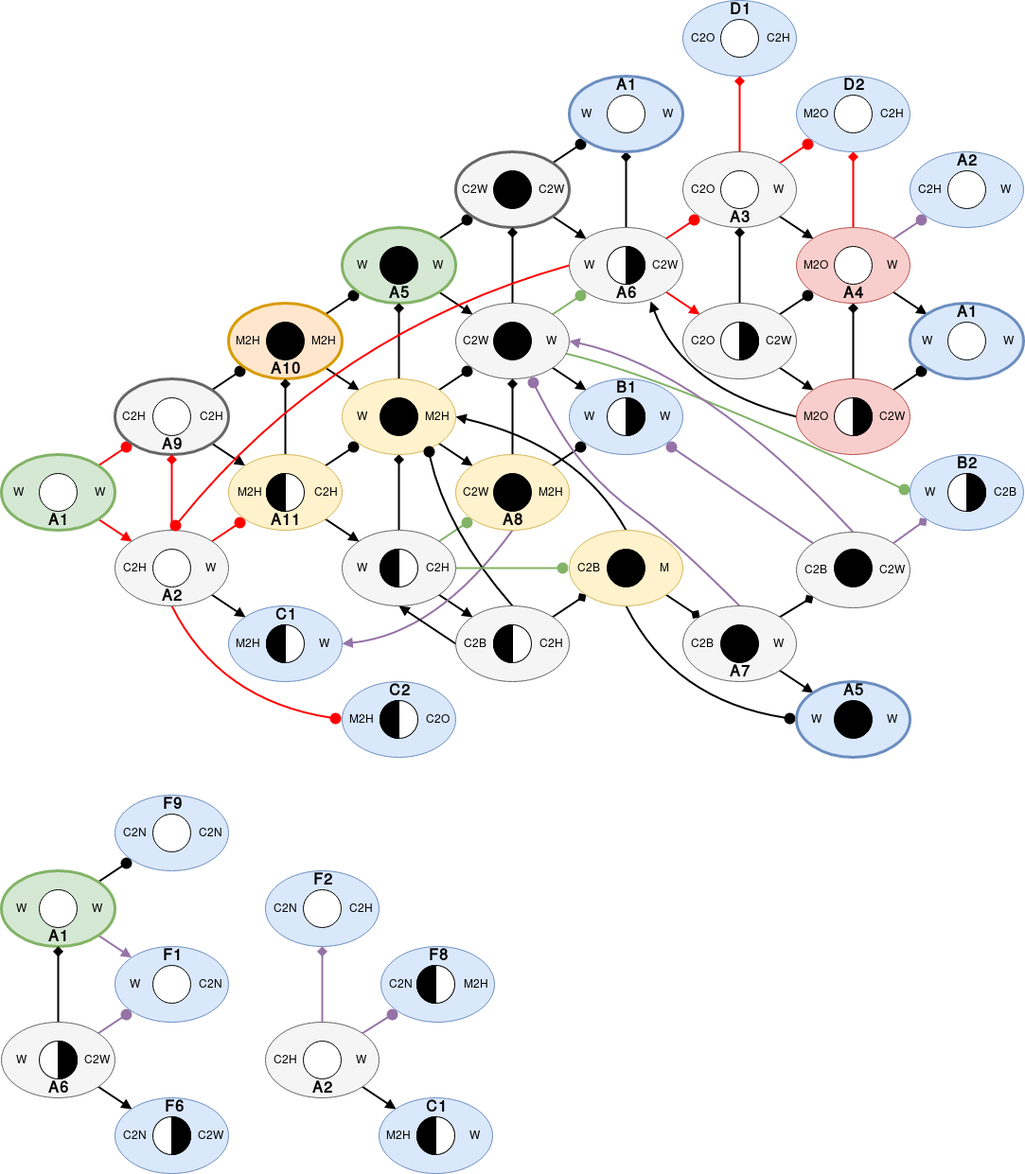
The draw.io diagram png/IPart_FSYNCH.png in UberPanda/ProofGraphs, before a commit. Source tidied: cells renumbered, new cells last; positions are measured from the earlier drawing's top-left corner, leaving out a move shared by most shapes.
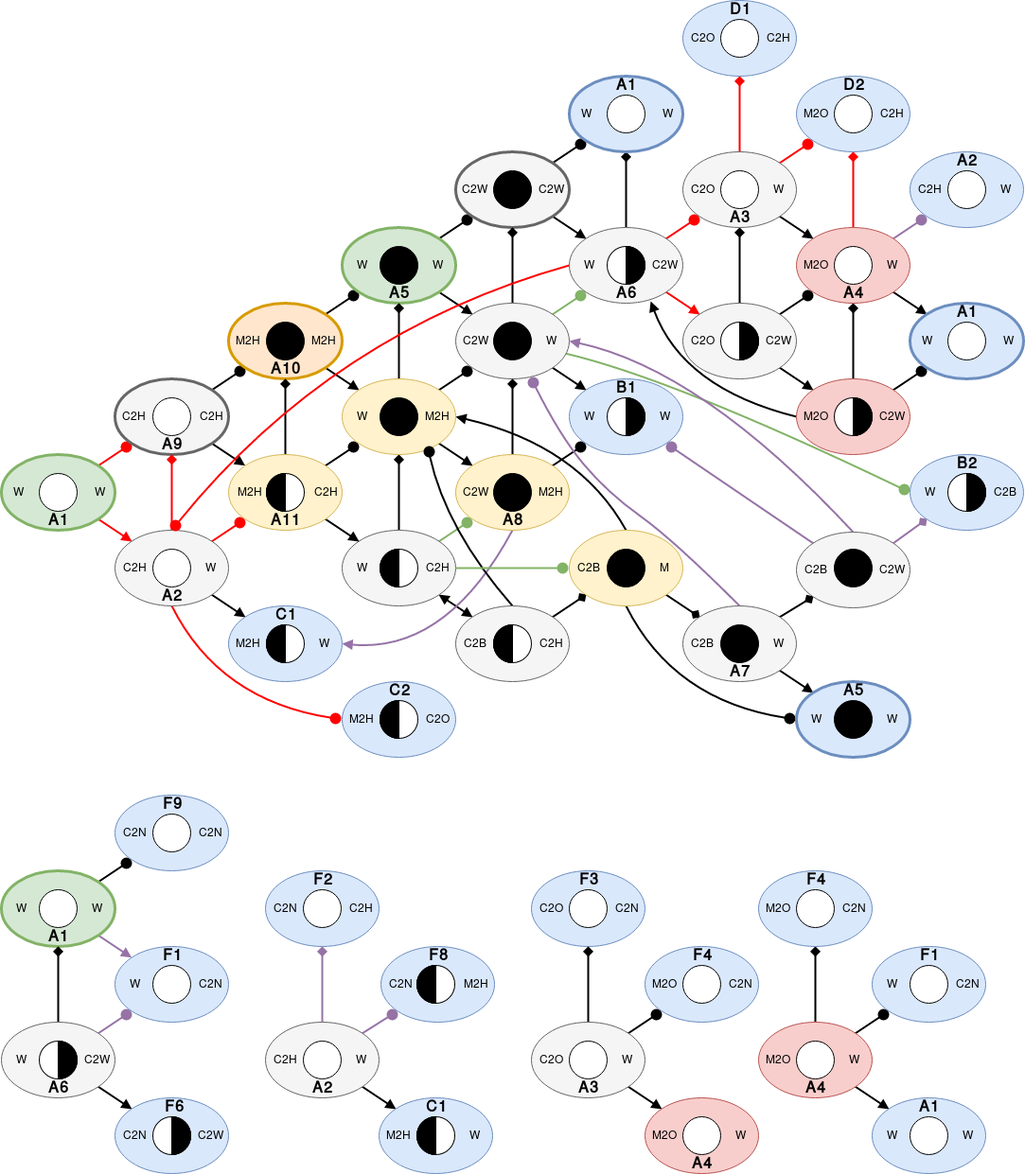
After the commit.

Change to the diagram source:
```diff
@@ -5,7 +5,7 @@
     <mxCell id="2" style="edgeStyle=none;curved=1;comic=0;html=1;exitX=1;exitY=0;entryX=0;entryY=1;startArrow=none;startFill=0;endArrow=circle;endFill=1;endSize=3;jettySize=auto;strokeColor=#82b366;strokeWidth=2;fillColor=#d5e8d4;" parent="1" edge="1" source="5" target="51">
       <mxGeometry relative="1" as="geometry" />
     </mxCell>
-    <mxCell id="3" style="edgeStyle=none;curved=1;comic=0;html=1;exitX=1;exitY=1;entryX=0;entryY=0;startArrow=none;startFill=0;endArrow=block;endFill=1;endSize=6;jettySize=auto;strokeColor=#000000;strokeWidth=2;fillColor=none;" parent="1" edge="1" source="5" target="55">
+    <mxCell id="3" style="edgeStyle=none;curved=1;comic=0;html=1;exitX=1;exitY=1;entryX=0;entryY=0;startArrow=block;startFill=1;endArrow=block;endFill=1;endSize=6;jettySize=auto;strokeColor=#000000;strokeWidth=2;fillColor=none;" parent="1" edge="1" source="5" target="55">
       <mxGeometry relative="1" as="geometry" />
     </mxCell>
     <mxCell id="4" style="edgeStyle=none;curved=1;comic=0;html=1;startArrow=none;startFill=0;endArrow=diamond;endFill=1;endSize=6;jettySize=auto;strokeColor=#000000;strokeWidth=2;fillColor=none;" parent="1" edge="1" source="5" target="33">
@@ -165,7 +165,7 @@
     <mxCell id="50" style="edgeStyle=none;curved=1;comic=0;html=1;exitX=0.5;exitY=1;entryX=1;entryY=0.5;startArrow=none;startFill=0;endArrow=block;endFill=1;endSize=6;jettySize=auto;strokeColor=#9673a6;strokeWidth=2;fillColor=#e1d5e7;" parent="1" edge="1" source="51" target="101">
       <mxGeometry relative="1" as="geometry">
         <Array as="points">
-          <mxPoint x="460" y="670" />
+          <mxPoint x="470" y="690" />
         </Array>
       </mxGeometry>
     </mxCell>
@@ -180,9 +180,6 @@
         </Array>
       </mxGeometry>
     </mxCell>
-    <mxCell id="53" style="edgeStyle=none;curved=1;comic=0;html=1;exitX=0;exitY=0.5;entryX=0.5;entryY=1;startArrow=none;startFill=0;endArrow=block;endFill=1;endSize=6;jettySize=auto;strokeColor=#000000;strokeWidth=2;fillColor=none;" parent="1" edge="1" source="55" target="5">
-      <mxGeometry relative="1" as="geometry" />
-    </mxCell>
     <mxCell id="54" style="edgeStyle=none;curved=1;comic=0;html=1;exitX=1;exitY=0;entryX=0;entryY=1;startArrow=none;startFill=0;endArrow=diamond;endFill=1;endSize=6;jettySize=auto;strokeColor=#000000;strokeWidth=2;fillColor=none;" parent="1" edge="1" source="55" target="67">
       <mxGeometry relative="1" as="geometry" />
     </mxCell>
@@ -896,5 +893,167 @@
     <mxCell id="280" value="A11" style="text;html=1;strokeColor=none;fillColor=none;align=center;verticalAlign=middle;whiteSpace=wrap;shadow=0;fontSize=16;fontStyle=1;" parent="1" vertex="1">
       <mxGeometry x="280" y="540" width="40" height="20" as="geometry" />
     </mxCell>
+    <mxCell id="281" style="ellipse;whiteSpace=wrap;html=1;shadow=0;strokeColor=#6c8ebf;strokeWidth=1;fillColor=#dae8fc;" parent="1" vertex="1">
+      <mxGeometry x="560" y="920" width="120" height="80" as="geometry" />
+    </mxCell>
+    <mxCell id="282" style="edgeStyle=none;curved=1;comic=0;html=1;startArrow=none;startFill=0;endArrow=diamond;endFill=1;endSize=6;jettySize=auto;strokeColor=#000000;strokeWidth=2;fillColor=none;" parent="1" edge="1" source="285" target="281">
+      <mxGeometry relative="1" as="geometry" />
+    </mxCell>
+    <mxCell id="283" style="edgeStyle=none;curved=1;comic=0;html=1;exitX=1;exitY=1;entryX=0;entryY=0;startArrow=none;startFill=0;endArrow=block;endFill=1;endSize=6;jettySize=auto;strokeColor=#000000;strokeWidth=2;fillColor=none;" parent="1" edge="1" source="285" target="287">
+      <mxGeometry relative="1" as="geometry" />
+    </mxCell>
+    <mxCell id="284" style="edgeStyle=none;curved=1;comic=0;html=1;exitX=1;exitY=0;entryX=0;entryY=1;startArrow=none;startFill=0;endArrow=circle;endFill=1;endSize=3;jettySize=auto;strokeColor=#000000;strokeWidth=2;fillColor=none;" parent="1" edge="1" source="285" target="289">
+      <mxGeometry relative="1" as="geometry" />
+    </mxCell>
+    <mxCell id="285" style="ellipse;whiteSpace=wrap;html=1;shadow=0;strokeColor=#666666;strokeWidth=1;fillColor=#f5f5f5;" parent="1" vertex="1">
+      <mxGeometry x="560" y="1080" width="120" height="80" as="geometry" />
+    </mxCell>
+    <mxCell id="286" style="ellipse;whiteSpace=wrap;html=1;shadow=0;strokeColor=#000000;strokeWidth=1;fillColor=#ffffff;gradientColor=none;" parent="1" vertex="1">
+      <mxGeometry x="600" y="1100" width="40" height="40" as="geometry" />
+    </mxCell>
+    <mxCell id="287" style="ellipse;whiteSpace=wrap;html=1;shadow=0;strokeColor=#b85450;strokeWidth=1;fillColor=#f8cecc;" parent="1" vertex="1">
+      <mxGeometry x="680" y="1160" width="120" height="80" as="geometry" />
+    </mxCell>
+    <mxCell id="288" style="ellipse;whiteSpace=wrap;html=1;shadow=0;strokeColor=#000000;strokeWidth=1;fillColor=#ffffff;gradientColor=none;" parent="1" vertex="1">
+      <mxGeometry x="600" y="940" width="40" height="40" as="geometry" />
+    </mxCell>
+    <mxCell id="289" style="ellipse;whiteSpace=wrap;html=1;shadow=0;strokeColor=#6c8ebf;strokeWidth=1;fillColor=#dae8fc;" parent="1" vertex="1">
+      <mxGeometry x="680" y="1000" width="120" height="80" as="geometry" />
+    </mxCell>
+    <mxCell id="290" style="edgeStyle=none;curved=1;comic=0;html=1;startArrow=none;startFill=0;endArrow=diamond;endFill=1;endSize=6;jettySize=auto;strokeColor=#000000;strokeWidth=2;fillColor=none;" parent="1" edge="1" source="293" target="294">
+      <mxGeometry relative="1" as="geometry" />
+    </mxCell>
+    <mxCell id="291" style="edgeStyle=none;curved=1;comic=0;html=1;exitX=1;exitY=1;entryX=0;entryY=0;startArrow=none;startFill=0;endArrow=block;endFill=1;endSize=6;jettySize=auto;strokeColor=#000000;strokeWidth=2;fillColor=none;" parent="1" edge="1" source="293" target="295">
+      <mxGeometry relative="1" as="geometry" />
+    </mxCell>
+    <mxCell id="292" style="edgeStyle=none;curved=1;comic=0;html=1;exitX=1;exitY=0;entryX=0;entryY=1;startArrow=none;startFill=0;endArrow=circle;endFill=1;endSize=3;jettySize=auto;strokeColor=#000000;strokeWidth=2;fillColor=none;" parent="1" edge="1" source="293" target="296">
+      <mxGeometry relative="1" as="geometry" />
+    </mxCell>
+    <mxCell id="293" style="ellipse;whiteSpace=wrap;html=1;shadow=0;strokeColor=#b85450;strokeWidth=1;fillColor=#f8cecc;" parent="1" vertex="1">
+      <mxGeometry x="800" y="1080" width="120" height="80" as="geometry" />
+    </mxCell>
+    <mxCell id="294" style="ellipse;whiteSpace=wrap;html=1;shadow=0;strokeColor=#6c8ebf;strokeWidth=1;fillColor=#dae8fc;" parent="1" vertex="1">
+      <mxGeometry x="800" y="920" width="120" height="80" as="geometry" />
+    </mxCell>
+    <mxCell id="295" style="ellipse;whiteSpace=wrap;html=1;shadow=0;strokeColor=#6c8ebf;strokeWidth=1;fillColor=#dae8fc;" parent="1" vertex="1">
+      <mxGeometry x="920" y="1160" width="120" height="80" as="geometry" />
+    </mxCell>
+    <mxCell id="296" style="ellipse;whiteSpace=wrap;html=1;shadow=0;strokeColor=#6c8ebf;strokeWidth=1;fillColor=#dae8fc;" parent="1" vertex="1">
+      <mxGeometry x="920" y="1000" width="120" height="80" as="geometry" />
+    </mxCell>
+    <mxCell id="297" style="ellipse;whiteSpace=wrap;html=1;shadow=0;strokeColor=#000000;strokeWidth=1;fillColor=#ffffff;gradientColor=none;" parent="1" vertex="1">
+      <mxGeometry x="720" y="1180" width="40" height="40" as="geometry" />
+    </mxCell>
+    <mxCell id="298" style="ellipse;whiteSpace=wrap;html=1;shadow=0;strokeColor=#000000;strokeWidth=1;fillColor=#ffffff;gradientColor=none;" parent="1" vertex="1">
+      <mxGeometry x="720" y="1020" width="40" height="40" as="geometry" />
+    </mxCell>
+    <mxCell id="299" style="ellipse;whiteSpace=wrap;html=1;shadow=0;strokeColor=#000000;strokeWidth=1;fillColor=#ffffff;gradientColor=none;" parent="1" vertex="1">
+      <mxGeometry x="840" y="1100" width="40" height="40" as="geometry" />
+    </mxCell>
+    <mxCell id="300" style="ellipse;whiteSpace=wrap;html=1;shadow=0;strokeColor=#000000;strokeWidth=1;fillColor=#ffffff;gradientColor=none;direction=south;" parent="1" vertex="1">
+      <mxGeometry x="840" y="940" width="40" height="40" as="geometry" />
+    </mxCell>
+    <mxCell id="301" style="ellipse;whiteSpace=wrap;html=1;shadow=0;strokeColor=#000000;strokeWidth=1;fillColor=#ffffff;gradientColor=none;" parent="1" vertex="1">
+      <mxGeometry x="960" y="1020" width="40" height="40" as="geometry" />
+    </mxCell>
+    <mxCell id="302" style="ellipse;whiteSpace=wrap;html=1;shadow=0;strokeColor=#000000;strokeWidth=1;fillColor=#ffffff;gradientColor=none;" parent="1" vertex="1">
+      <mxGeometry x="960" y="1180" width="40" height="40" as="geometry" />
+    </mxCell>
+    <mxCell id="303" value="F1" style="text;html=1;strokeColor=none;fillColor=none;align=center;verticalAlign=middle;whiteSpace=wrap;shadow=0;fontSize=16;fontStyle=1;" parent="1" vertex="1">
+      <mxGeometry x="960" y="1000" width="40" height="20" as="geometry" />
+    </mxCell>
+    <mxCell id="304" value="A1" style="text;html=1;strokeColor=none;fillColor=none;align=center;verticalAlign=middle;whiteSpace=wrap;shadow=0;fontSize=16;fontStyle=1;" parent="1" vertex="1">
+      <mxGeometry x="960" y="1160" width="40" height="20" as="geometry" />
+    </mxCell>
+    <mxCell id="305" value="F4" style="text;html=1;strokeColor=none;fillColor=none;align=center;verticalAlign=middle;whiteSpace=wrap;shadow=0;fontSize=16;fontStyle=1;" parent="1" vertex="1">
+      <mxGeometry x="840" y="920" width="40" height="20" as="geometry" />
+    </mxCell>
+    <mxCell id="306" value="A4" style="text;html=1;strokeColor=none;fillColor=none;align=center;verticalAlign=middle;whiteSpace=wrap;shadow=0;fontSize=16;fontStyle=1;" parent="1" vertex="1">
+      <mxGeometry x="840" y="1140" width="40" height="20" as="geometry" />
+    </mxCell>
+    <mxCell id="307" value="A4" style="text;html=1;strokeColor=none;fillColor=none;align=center;verticalAlign=middle;whiteSpace=wrap;shadow=0;fontSize=16;fontStyle=1;" parent="1" vertex="1">
+      <mxGeometry x="720" y="1220" width="40" height="20" as="geometry" />
+    </mxCell>
+    <mxCell id="308" value="A3" style="text;html=1;strokeColor=none;fillColor=none;align=center;verticalAlign=middle;whiteSpace=wrap;shadow=0;fontSize=16;fontStyle=1;" parent="1" vertex="1">
+      <mxGeometry x="600" y="1140" width="40" height="20" as="geometry" />
+    </mxCell>
+    <mxCell id="309" value="F4" style="text;html=1;strokeColor=none;fillColor=none;align=center;verticalAlign=middle;whiteSpace=wrap;shadow=0;fontSize=16;fontStyle=1;" parent="1" vertex="1">
+      <mxGeometry x="720" y="1000" width="40" height="20" as="geometry" />
+    </mxCell>
+    <mxCell id="310" value="F3" style="text;html=1;strokeColor=none;fillColor=none;align=center;verticalAlign=middle;whiteSpace=wrap;shadow=0;fontSize=16;fontStyle=1;" parent="1" vertex="1">
+      <mxGeometry x="600" y="920" width="40" height="20" as="geometry" />
+    </mxCell>
+    <mxCell id="311" style="group;" parent="1" vertex="1">
+      <mxGeometry x="560" y="1110" width="120" height="20" as="geometry" />
+    </mxCell>
+    <mxCell id="312" value="C2O" style="text;html=1;strokeColor=none;fillColor=none;align=center;verticalAlign=middle;whiteSpace=wrap;shadow=0;" parent="311" vertex="1">
+      <mxGeometry width="40" height="20" as="geometry" />
+    </mxCell>
+    <mxCell id="313" value="W" style="text;html=1;strokeColor=none;fillColor=none;align=center;verticalAlign=middle;whiteSpace=wrap;shadow=0;" parent="311" vertex="1">
+      <mxGeometry x="80" width="40" height="20" as="geometry" />
+    </mxCell>
+    <mxCell id="314" style="group;" parent="1" vertex="1">
+      <mxGeometry x="680" y="1190" width="120" height="20" as="geometry" />
+    </mxCell>
+    <mxCell id="315" value="M2O" style="text;html=1;strokeColor=none;fillColor=none;align=center;verticalAlign=middle;whiteSpace=wrap;shadow=0;" parent="314" vertex="1">
+      <mxGeometry width="40" height="20" as="geometry" />
+    </mxCell>
+    <mxCell id="316" value="W" style="text;html=1;strokeColor=none;fillColor=none;align=center;verticalAlign=middle;whiteSpace=wrap;shadow=0;" parent="314" vertex="1">
+      <mxGeometry x="80" width="40" height="20" as="geometry" />
+    </mxCell>
+    <mxCell id="317" style="group;" parent="1" vertex="1">
+      <mxGeometry x="800" y="1110" width="120" height="20" as="geometry" />
+    </mxCell>
+    <mxCell id="318" value="M2O" style="text;html=1;strokeColor=none;fillColor=none;align=center;verticalAlign=middle;whiteSpace=wrap;shadow=0;" parent="317" vertex="1">
+      <mxGeometry width="40" height="20" as="geometry" />
+    </mxCell>
+    <mxCell id="319" value="W" style="text;html=1;strokeColor=none;fillColor=none;align=center;verticalAlign=middle;whiteSpace=wrap;shadow=0;" parent="317" vertex="1">
+      <mxGeometry x="80" width="40" height="20" as="geometry" />
+    </mxCell>
+    <mxCell id="320" style="group;" parent="1" vertex="1">
+      <mxGeometry x="560" y="950" width="120" height="20" as="geometry" />
+    </mxCell>
+    <mxCell id="321" value="C2O" style="text;html=1;strokeColor=none;fillColor=none;align=center;verticalAlign=middle;whiteSpace=wrap;shadow=0;" parent="320" vertex="1">
+      <mxGeometry width="40" height="20" as="geometry" />
+    </mxCell>
+    <mxCell id="322" value="C2N" style="text;html=1;strokeColor=none;fillColor=none;align=center;verticalAlign=middle;whiteSpace=wrap;shadow=0;" parent="320" vertex="1">
+      <mxGeometry x="80" width="40" height="20" as="geometry" />
+    </mxCell>
+    <mxCell id="323" style="group;" parent="1" vertex="1">
+      <mxGeometry x="800" y="950" width="120" height="20" as="geometry" />
+    </mxCell>
+    <mxCell id="324" value="M2O" style="text;html=1;strokeColor=none;fillColor=none;align=center;verticalAlign=middle;whiteSpace=wrap;shadow=0;" parent="323" vertex="1">
+      <mxGeometry width="40" height="20" as="geometry" />
+    </mxCell>
+    <mxCell id="325" value="C2N" style="text;html=1;strokeColor=none;fillColor=none;align=center;verticalAlign=middle;whiteSpace=wrap;shadow=0;" parent="323" vertex="1">
+      <mxGeometry x="80" width="40" height="20" as="geometry" />
+    </mxCell>
+    <mxCell id="326" style="group;" parent="1" vertex="1">
+      <mxGeometry x="680" y="1030" width="120" height="20" as="geometry" />
+    </mxCell>
+    <mxCell id="327" value="M2O" style="text;html=1;strokeColor=none;fillColor=none;align=center;verticalAlign=middle;whiteSpace=wrap;shadow=0;" parent="326" vertex="1">
+      <mxGeometry width="40" height="20" as="geometry" />
+    </mxCell>
+    <mxCell id="328" value="C2N" style="text;html=1;strokeColor=none;fillColor=none;align=center;verticalAlign=middle;whiteSpace=wrap;shadow=0;" parent="326" vertex="1">
+      <mxGeometry x="80" width="40" height="20" as="geometry" />
+    </mxCell>
+    <mxCell id="329" style="group;" parent="1" vertex="1">
+      <mxGeometry x="920" y="1030" width="120" height="20" as="geometry" />
+    </mxCell>
+    <mxCell id="330" value="W" style="text;html=1;strokeColor=none;fillColor=none;align=center;verticalAlign=middle;whiteSpace=wrap;shadow=0;" parent="329" vertex="1">
+      <mxGeometry width="40" height="20" as="geometry" />
+    </mxCell>
+    <mxCell id="331" value="C2N" style="text;html=1;strokeColor=none;fillColor=none;align=center;verticalAlign=middle;whiteSpace=wrap;shadow=0;" parent="329" vertex="1">
+      <mxGeometry x="80" width="40" height="20" as="geometry" />
+    </mxCell>
+    <mxCell id="332" style="group;" parent="1" vertex="1">
+      <mxGeometry x="920" y="1190" width="120" height="20" as="geometry" />
+    </mxCell>
+    <mxCell id="333" value="W" style="text;html=1;strokeColor=none;fillColor=none;align=center;verticalAlign=middle;whiteSpace=wrap;shadow=0;" parent="332" vertex="1">
+      <mxGeometry width="40" height="20" as="geometry" />
+    </mxCell>
+    <mxCell id="334" value="W" style="text;html=1;strokeColor=none;fillColor=none;align=center;verticalAlign=middle;whiteSpace=wrap;shadow=0;" parent="332" vertex="1">
+      <mxGeometry x="80" width="40" height="20" as="geometry" />
+    </mxCell>
   </root>
 </mxGraphModel>
```
